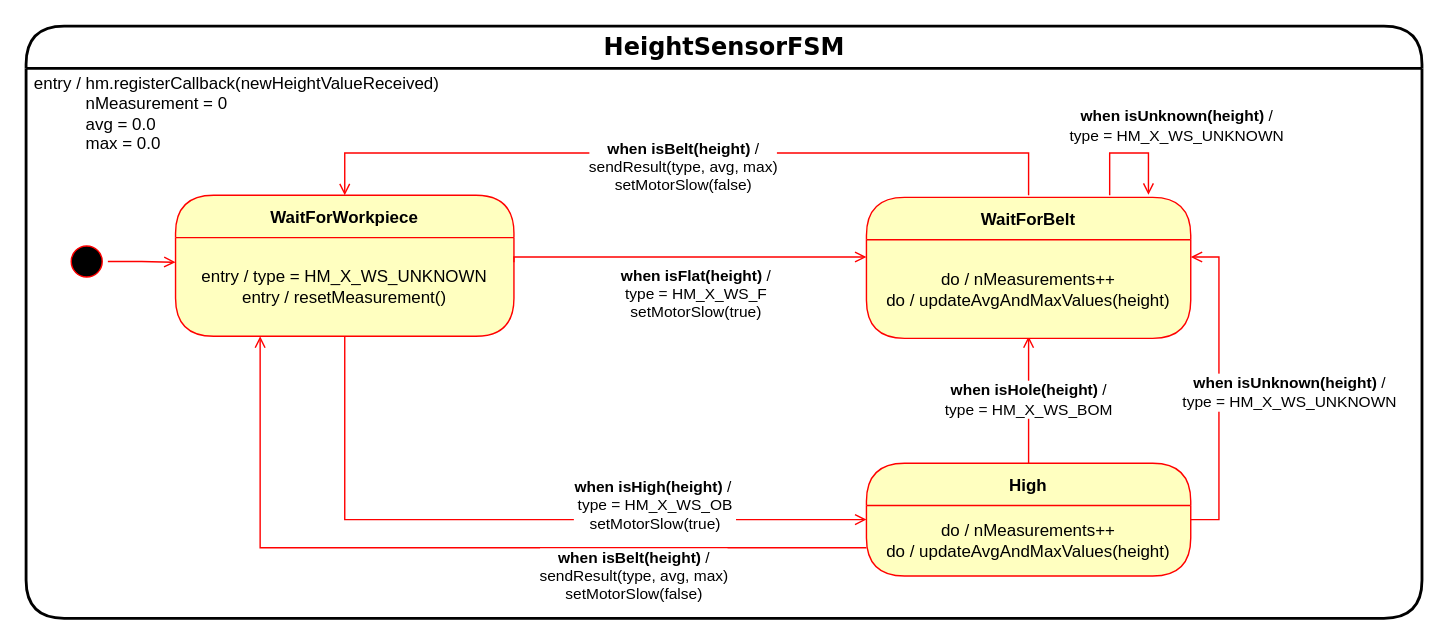
Before: page "height" (4 of 7) of docs/diagrams/fsm/state_machines.drawio in u2knwy/ESEP-2023SoSe-Team-2-1, a draw.io diagram. Source tidied: cells renumbered, new cells numbered last; positions are measured from the earlier drawing's top-left corner, leaving out a move shared by most shapes. Both pictures are drawn from the tidied source at 141%, with x=0, y=0 at pixel (25, 25).
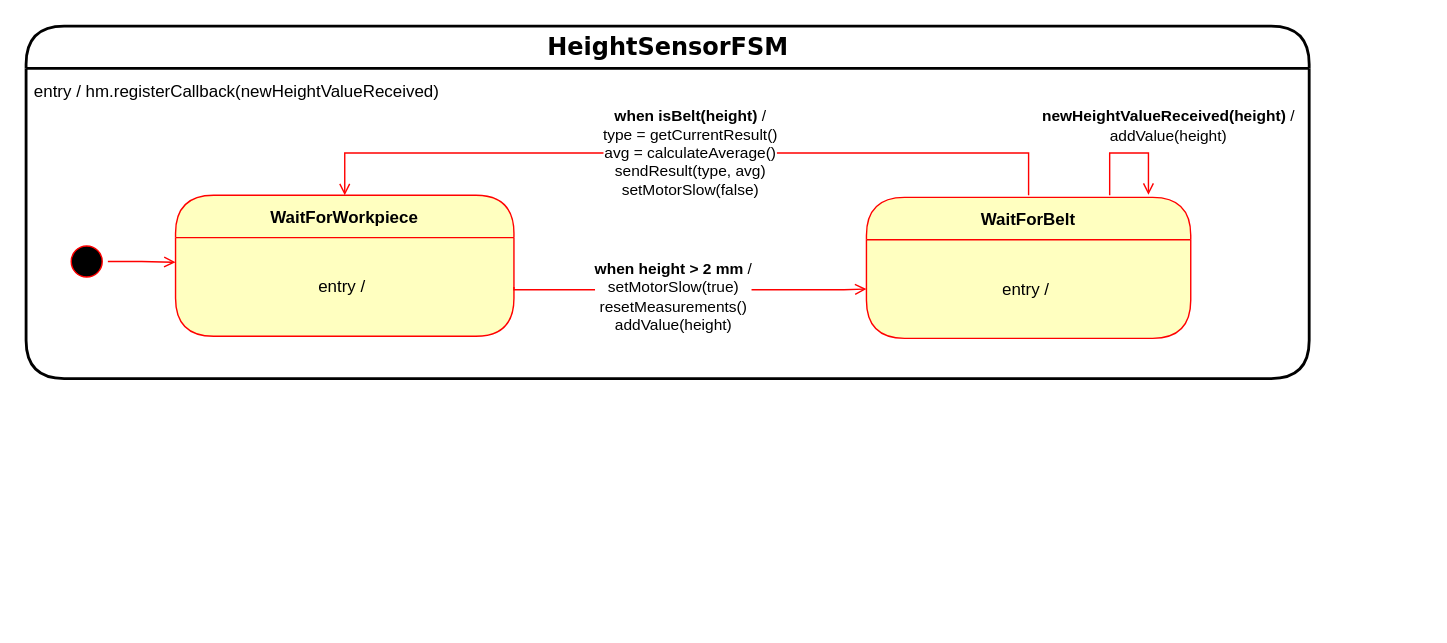
The same diagram, later.

The change refers to these unchanged cells:
```xml
<mxCell id="5" value="WaitForWorkpiece" style="swimlane;fontStyle=1;align=center;verticalAlign=middle;horizontal=1;startSize=30;fontColor=#000000;rounded=1;arcSize=30;strokeColor=#ff0000;fillColor=#ffffc0;swimlaneFillColor=#ffffc0;" parent="1" vertex="1">
  <mxGeometry x="106" y="120" width="240" height="100" as="geometry" />
</mxCell>
<mxCell id="17" value="WaitForBelt" style="swimlane;fontStyle=1;align=center;verticalAlign=middle;horizontal=1;startSize=30;fontColor=#000000;rounded=1;arcSize=30;strokeColor=#ff0000;fillColor=#ffffc0;swimlaneFillColor=#ffffc0;" parent="1" vertex="1">
  <mxGeometry x="596" y="121.5" width="230" height="100" as="geometry" />
</mxCell>
```

The edit, as a diff of the source:
```diff
@@
     <mxCell id="2" value="&lt;font face=&quot;Verdana&quot; style=&quot;font-size: 17px&quot;&gt;HeightSensorFSM&lt;/font&gt;" style="swimlane;html=1;fontStyle=1;align=center;verticalAlign=middle;horizontal=1;startSize=30;fontColor=#000000;rounded=1;arcSize=30;strokeColor=#000000;swimlaneFillColor=#FFFFFF;fillColor=#FFFFFF;strokeWidth=2;" parent="1" vertex="1">
-      <mxGeometry width="990" height="420" as="geometry" />
+      <mxGeometry width="910" height="250" as="geometry" />
     </mxCell>
@@
-    <mxCell id="6" value="entry / type = HM_X_WS_UNKNOWN&lt;br&gt;entry / resetMeasurement()" style="text;html=1;strokeColor=none;fillColor=none;align=center;verticalAlign=middle;spacingLeft=4;spacingRight=4;whiteSpace=wrap;overflow=hidden;fontColor=#000000;" parent="5" vertex="1">
+    <mxCell id="6" value="entry /&amp;nbsp;" style="text;html=1;strokeColor=none;fillColor=none;align=center;verticalAlign=middle;spacingLeft=4;spacingRight=4;whiteSpace=wrap;overflow=hidden;fontColor=#000000;" parent="5" vertex="1">
       <mxGeometry y="30" width="240" height="70" as="geometry" />
     </mxCell>
-    <mxCell id="7" value="&lt;b&gt;when isBelt(height)&amp;nbsp;&lt;/b&gt;/&lt;br&gt;sendResult(type, avg, max)&lt;br&gt;setMotorSlow(false)" style="edgeStyle=orthogonalEdgeStyle;rounded=0;jettySize=auto;html=1;exitX=0.5;exitY=0;exitDx=0;exitDy=0;entryX=0.5;entryY=0;entryDx=0;entryDy=0;strokeColor=#FF0000;endArrow=open;endFill=0;" parent="1" edge="1" target="5">
-      <mxGeometry x="0.01" y="10" relative="1" as="geometry">
+    <mxCell id="7" value="&lt;b&gt;when isBelt(height)&amp;nbsp;&lt;/b&gt;/&lt;br&gt;type = getCurrentResult()&lt;br&gt;avg = calculateAverage()&lt;br&gt;sendResult(type, avg)&lt;br&gt;setMotorSlow(false)" style="edgeStyle=orthogonalEdgeStyle;rounded=0;jettySize=auto;html=1;exitX=0.5;exitY=0;exitDx=0;exitDy=0;entryX=0.5;entryY=0;entryDx=0;entryDy=0;strokeColor=#FF0000;endArrow=open;endFill=0;" parent="1" edge="1" target="5">
+      <mxGeometry x="-0.01" relative="1" as="geometry">
         <mxPoint x="711" y="120" as="sourcePoint" />
         <Array as="points">
           <mxPoint x="711" y="90" />
           <mxPoint x="226" y="90" />
         </Array>
       </mxGeometry>
     </mxCell>
-    <mxCell id="8" value="&lt;b&gt;when isFlat(height)&lt;/b&gt; /&lt;br&gt;type = HM_X_WS_F&lt;br&gt;setMotorSlow(true)" style="edgeStyle=orthogonalEdgeStyle;rounded=0;jettySize=auto;html=1;exitX=1;exitY=0.25;exitDx=0;exitDy=0;entryX=0;entryY=0.25;entryDx=0;entryDy=0;strokeColor=#FF0000;endArrow=open;endFill=0;" parent="1" edge="1" source="6">
-      <mxGeometry x="0.05" y="-26" relative="1" as="geometry">
-        <mxPoint x="596" y="163.8" as="targetPoint" />
+    <mxCell id="8" value="&lt;b&gt;when height &amp;gt; 2 mm&lt;/b&gt;&amp;nbsp;/&lt;br&gt;setMotorSlow(true)&lt;br&gt;resetMeasurements()&lt;br&gt;addValue(height)" style="edgeStyle=orthogonalEdgeStyle;rounded=0;jettySize=auto;html=1;exitX=1;exitY=0.5;exitDx=0;exitDy=0;entryX=0;entryY=0.5;entryDx=0;entryDy=0;strokeColor=#FF0000;endArrow=open;endFill=0;" parent="1" edge="1" source="6" target="18">
+      <mxGeometry x="-0.09" y="-5" relative="1" as="geometry">
         <Array as="points">
-          <mxPoint x="346" y="164" />
+          <mxPoint x="346" y="187" />
+          <mxPoint x="580" y="187" />
         </Array>
       </mxGeometry>
     </mxCell>
-    <mxCell id="9" value="&lt;b&gt;when isHole(height)&lt;/b&gt;&amp;nbsp;/&lt;br&gt;type = HM_X_WS_BOM" style="edgeStyle=orthogonalEdgeStyle;rounded=0;orthogonalLoop=1;jettySize=auto;html=1;exitX=0.5;exitY=0;exitDx=0;exitDy=0;entryX=0.5;entryY=1;entryDx=0;entryDy=0;strokeColor=#FF0000;endArrow=open;endFill=0;" parent="1" edge="1">
-      <mxGeometry relative="1" as="geometry">
-        <mxPoint x="711" y="310" as="sourcePoint" />
-        <mxPoint x="711" y="220" as="targetPoint" />
-      </mxGeometry>
-    </mxCell>
-    <mxCell id="10" value="&lt;b&gt;when isHigh(height)&lt;/b&gt;&amp;nbsp;/&amp;nbsp;&lt;br&gt;type = HM_X_WS_OB&lt;br&gt;setMotorSlow(true)" style="edgeStyle=orthogonalEdgeStyle;rounded=0;jettySize=auto;html=1;exitX=0.5;exitY=1;exitDx=0;exitDy=0;entryX=0;entryY=0.25;entryDx=0;entryDy=0;strokeColor=#FF0000;endArrow=open;endFill=0;" parent="1" edge="1" source="6">
-      <mxGeometry x="0.4" y="10" relative="1" as="geometry">
-        <mxPoint x="596" y="350" as="targetPoint" />
-        <Array as="points">
-          <mxPoint x="226" y="350" />
-        </Array>
-      </mxGeometry>
-    </mxCell>
-    <mxCell id="11" value="&lt;b style=&quot;border-color: var(--border-color);&quot;&gt;when isBelt(height)&amp;nbsp;&lt;/b&gt;/&lt;br style=&quot;border-color: var(--border-color);&quot;&gt;sendResult(type, avg, max)&lt;br&gt;setMotorSlow(false)" style="edgeStyle=orthogonalEdgeStyle;rounded=0;jettySize=auto;html=1;exitX=0;exitY=0.75;exitDx=0;exitDy=0;entryX=0.25;entryY=1;entryDx=0;entryDy=0;strokeColor=#FF0000;endArrow=open;endFill=0;" parent="1" edge="1" target="6">
-      <mxGeometry x="-0.43" y="20" relative="1" as="geometry">
-        <mxPoint x="596" y="370" as="sourcePoint" />
-        <Array as="points">
-          <mxPoint x="166" y="370" />
-        </Array>
-      </mxGeometry>
-    </mxCell>
-    <mxCell id="12" value="&lt;b style=&quot;border-color: var(--border-color);&quot;&gt;when isUnknown(height)&lt;/b&gt;&amp;nbsp;/&lt;br style=&quot;border-color: var(--border-color);&quot;&gt;type = HM_X_WS_UNKNOWN" style="edgeStyle=orthogonalEdgeStyle;rounded=0;orthogonalLoop=1;jettySize=auto;html=1;exitX=0.75;exitY=0;exitDx=0;exitDy=0;strokeColor=#FF0000;endArrow=open;endFill=0;" parent="1" edge="1">
-      <mxGeometry x="0.32" y="28" relative="1" as="geometry">
+    <mxCell id="12" value="&lt;b style=&quot;border-color: var(--border-color);&quot;&gt;newHeightValueReceived(height)&lt;/b&gt;&amp;nbsp;/&lt;br style=&quot;border-color: var(--border-color);&quot;&gt;addValue(height)" style="edgeStyle=orthogonalEdgeStyle;rounded=0;orthogonalLoop=1;jettySize=auto;html=1;exitX=0.75;exitY=0;exitDx=0;exitDy=0;strokeColor=#FF0000;endArrow=open;endFill=0;" parent="1" edge="1">
+      <mxGeometry x="0.32" y="24" relative="1" as="geometry">
         <mxPoint x="768.5" y="120" as="sourcePoint" />
         <mxPoint x="796" y="119.7" as="targetPoint" />
         <Array as="points">
           <mxPoint x="769" y="90" />
           <mxPoint x="796" y="90" />
         </Array>
-        <mxPoint x="-8" y="-20" as="offset" />
+        <mxPoint x="-10" y="-20" as="offset" />
       </mxGeometry>
     </mxCell>
-    <mxCell id="13" value="entry / hm.registerCallback(newHeightValueReceived)&lt;br&gt;&lt;span style=&quot;white-space: pre;&quot;&gt;&#9;&lt;/span&gt;&amp;nbsp; &amp;nbsp;nMeasurement = 0&lt;br&gt;&lt;span style=&quot;white-space: pre;&quot;&gt;&#9;&lt;/span&gt;&amp;nbsp; &amp;nbsp;avg = 0.0&lt;br&gt;&lt;span style=&quot;white-space: pre;&quot;&gt;&#9;&lt;/span&gt;&amp;nbsp; &amp;nbsp;max = 0.0" style="text;html=1;strokeColor=none;fillColor=none;align=left;verticalAlign=middle;whiteSpace=wrap;rounded=0;" parent="1" vertex="1">
-      <mxGeometry x="4" y="34" width="300" height="56" as="geometry" />
+    <mxCell id="13" value="entry / hm.registerCallback(newHeightValueReceived)" style="text;html=1;strokeColor=none;fillColor=none;align=left;verticalAlign=middle;whiteSpace=wrap;rounded=0;" parent="1" vertex="1">
+      <mxGeometry x="4" y="34" width="300" height="26" as="geometry" />
     </mxCell>
-    <mxCell id="14" value="&lt;b style=&quot;border-color: var(--border-color);&quot;&gt;when isUnknown(height)&lt;/b&gt;&amp;nbsp;/&lt;br style=&quot;border-color: var(--border-color);&quot;&gt;type = HM_X_WS_UNKNOWN" style="edgeStyle=orthogonalEdgeStyle;rounded=0;orthogonalLoop=1;jettySize=auto;html=1;exitX=1;exitY=0.25;exitDx=0;exitDy=0;entryX=1;entryY=0.25;entryDx=0;entryDy=0;strokeColor=#FF0000;endArrow=open;endFill=0;" parent="1" edge="1">
-      <mxGeometry x="-0.03" y="-50" relative="1" as="geometry">
-        <mxPoint x="826" y="350" as="sourcePoint" />
-        <mxPoint x="826" y="163.8" as="targetPoint" />
-        <Array as="points">
-          <mxPoint x="846" y="350" />
-          <mxPoint x="846" y="164" />
-        </Array>
-      </mxGeometry>
-    </mxCell>
-    <mxCell id="15" value="High" style="swimlane;fontStyle=1;align=center;verticalAlign=middle;horizontal=1;startSize=30;fontColor=#000000;rounded=1;arcSize=30;strokeColor=#ff0000;fillColor=#ffffc0;swimlaneFillColor=#ffffc0;" parent="1" vertex="1">
-      <mxGeometry x="596" y="310" width="230" height="80" as="geometry" />
-    </mxCell>
-    <mxCell id="16" value="do / nMeasurements++&lt;br&gt;do / updateAvgAndMaxValues(height)" style="text;html=1;strokeColor=none;fillColor=none;align=center;verticalAlign=middle;spacingLeft=4;spacingRight=4;whiteSpace=wrap;overflow=hidden;fontColor=#000000;" parent="15" vertex="1">
-      <mxGeometry y="30" width="230" height="50" as="geometry" />
-    </mxCell>
@@
-    <mxCell id="18" value="do / nMeasurements++&lt;br&gt;do / updateAvgAndMaxValues(height)" style="text;html=1;strokeColor=none;fillColor=none;align=center;verticalAlign=middle;spacingLeft=4;spacingRight=4;whiteSpace=wrap;overflow=hidden;fontColor=#000000;" parent="17" vertex="1">
+    <mxCell id="18" value="entry /&amp;nbsp;" style="text;html=1;strokeColor=none;fillColor=none;align=center;verticalAlign=middle;spacingLeft=4;spacingRight=4;whiteSpace=wrap;overflow=hidden;fontColor=#000000;" parent="17" vertex="1">
       <mxGeometry y="30" width="230" height="70" as="geometry" />
     </mxCell>
```
